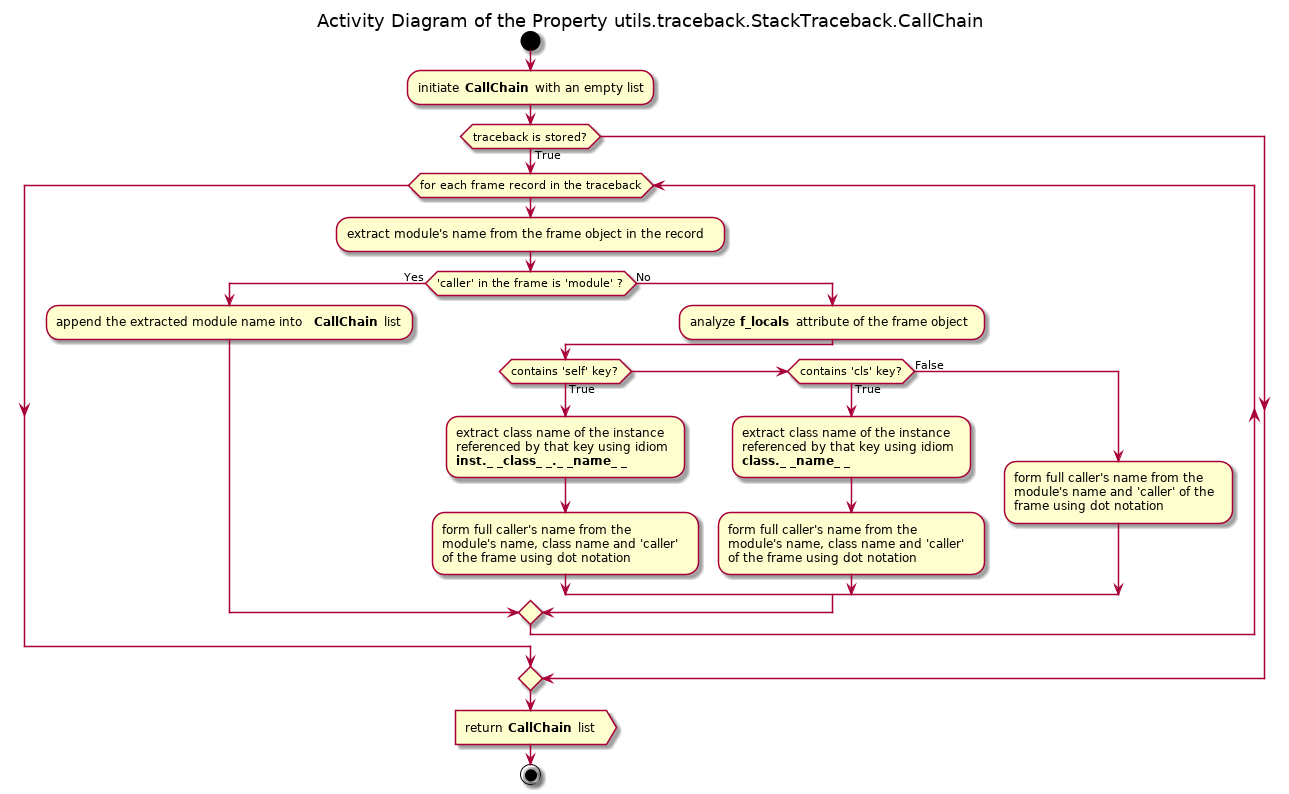
This is Docs/UML/utils/traceback_py/StackTraceback.CallChain Property Activity.png from FooBarShebang/pos, a PlantUML export, as it was before one commit.
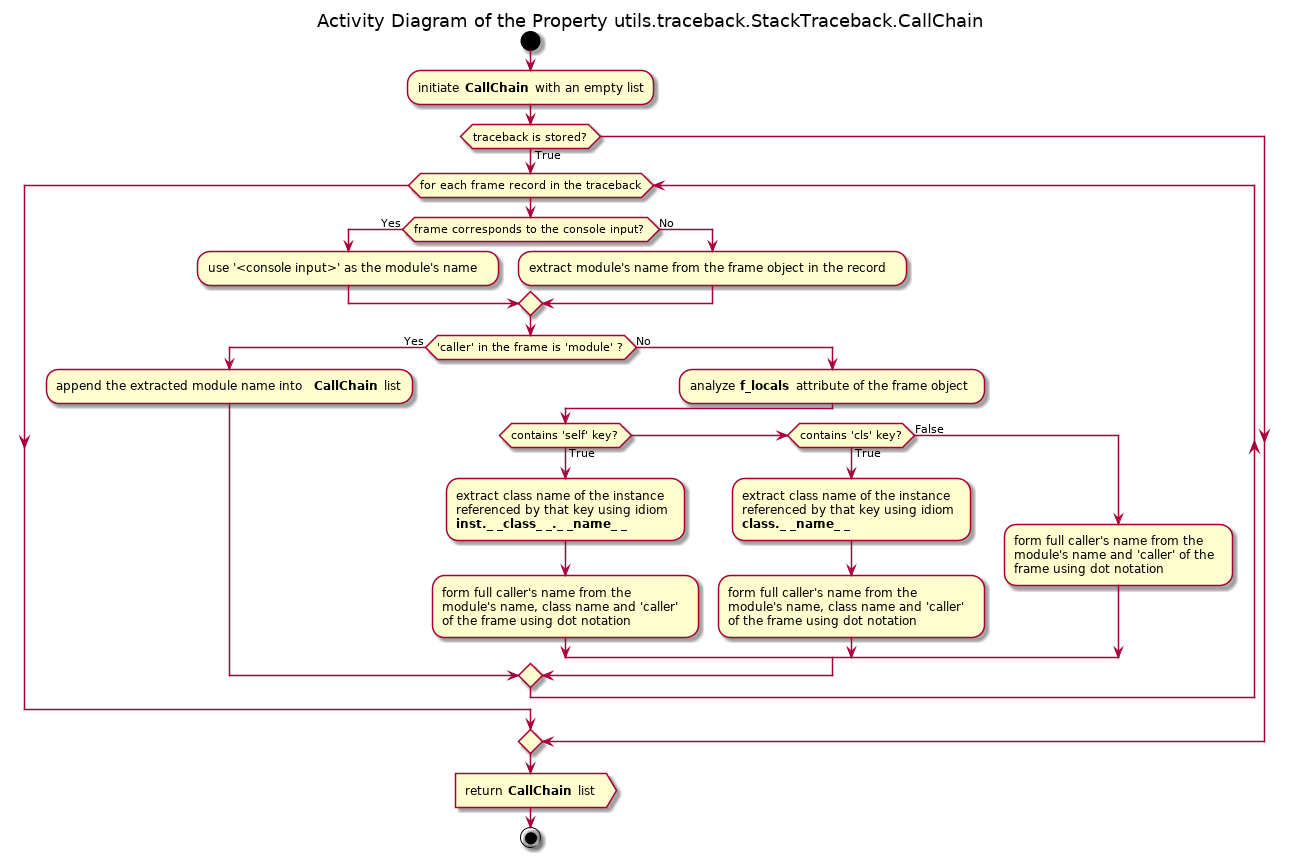
After the change.

The edit, as a diff of the source:
```diff
@@ -8,7 +8,12 @@
 
 if (traceback is stored?) then (True)
     while (for each frame record in the traceback)
-        :extract module's name from the frame object in the record;
+
+        if (frame corresponds to the console input?) then (Yes)
+            :use '<console input>' as the module's name;
+        else (No)
+            :extract module's name from the frame object in the record;
+         endif
 
         if ('caller' in the frame is 'module' ?) then (Yes)
             :append the extracted module name into <b>CallChain</b> list;
```
